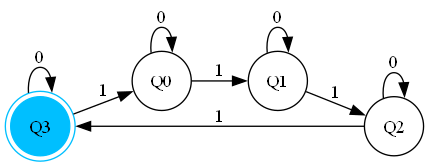
Earlier version of the Graphviz export automata.png (Jhos-hgnu/Proyecto-Automatas). Its source is kept beside it as automata.dot. The source it was exported from:
```dot
digraph automata_finito_determinista {
	rankdir=LR;
	size="8,5"

	node [shape = doublecircle]; Q3 ;
	node [shape = circle];

	Q0 [color=black];
	Q1 [color=black];
	Q2 [color=black];
	Q3 [color=deepskyblue style=filled];

	Q0 -> Q0 [ label = "0" ] [color="#000000"];
	Q0 -> Q1 [ label = "1" ] [color="#000000"];
	Q1 -> Q1 [ label = "0" ] [color="#000000"];
	Q1 -> Q2 [ label = "1" ] [color="#000000"];
	Q2 -> Q2 [ label = "0" ] [color="#000000"];
	Q2 -> Q3 [ label = "1" ] [color="#000000"];
	Q3 -> Q3 [ label = "0" ] [color="#000000"];
	Q3 -> Q0 [ label = "1" ] [color="#000000"];
}
```
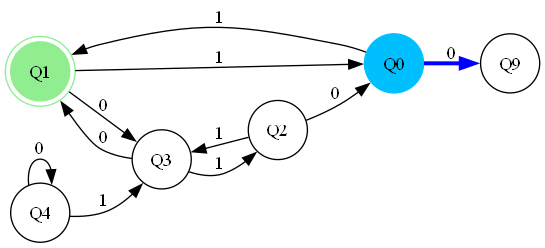
Above is the later version.

Change to the diagram source:
```diff
@@ -2,20 +2,23 @@
 	rankdir=LR;
 	size="8,5"
 
-	node [shape = doublecircle]; Q3 ;
+	node [shape = doublecircle]; Q1 ;
 	node [shape = circle];
 
-	Q0 [color=black];
-	Q1 [color=black];
+	Q0 [color=deepskyblue style=filled];
+	Q1 [color=lightgreen style=filled];
 	Q2 [color=black];
-	Q3 [color=deepskyblue style=filled];
+	Q3 [color=black];
+	Q4 [color=black];
 
-	Q0 -> Q0 [ label = "0" ] [color="#000000"];
+	Q0 -> Q9 [ label = "0" ] [color="#0000ff" penwidth=3.0];
 	Q0 -> Q1 [ label = "1" ] [color="#000000"];
-	Q1 -> Q1 [ label = "0" ] [color="#000000"];
-	Q1 -> Q2 [ label = "1" ] [color="#000000"];
-	Q2 -> Q2 [ label = "0" ] [color="#000000"];
+	Q1 -> Q3 [ label = "0" ] [color="#000000"];
+	Q1 -> Q0 [ label = "1" ] [color="#000000"];
+	Q2 -> Q0 [ label = "0" ] [color="#000000"];
 	Q2 -> Q3 [ label = "1" ] [color="#000000"];
-	Q3 -> Q3 [ label = "0" ] [color="#000000"];
-	Q3 -> Q0 [ label = "1" ] [color="#000000"];
+	Q3 -> Q1 [ label = "0" ] [color="#000000"];
+	Q3 -> Q2 [ label = "1" ] [color="#000000"];
+	Q4 -> Q4 [ label = "0" ] [color="#000000"];
+	Q4 -> Q3 [ label = "1" ] [color="#000000"];
 }
```
